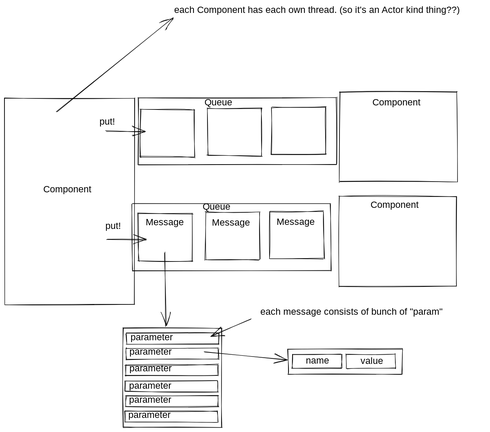
Above: docs/architecture.svg in yuniruyuni/MrDamianOld (Excalidraw), before the change. Source tidied: one line per element, renumbered; positions are measured from the earlier drawing's top-left corner, leaving out a move shared by most shapes. Its diagram source:
```json
{"id": 0, "type": "rectangle", "strokeColor": "#000000", "strokeWidth": 1, "roughness": 1, "x": 280, "y": 436, "width": 434, "height": 146}
{"id": 1, "type": "rectangle", "strokeColor": "#000000", "strokeWidth": 1, "roughness": 1, "x": 292, "y": 204, "width": 434, "height": 146}
{"id": 2, "type": "rectangle", "strokeColor": "#000000", "strokeWidth": 1, "roughness": 1, "x": 293, "y": 457, "width": 118, "height": 104}
{"id": 3, "type": "rectangle", "strokeColor": "#000000", "strokeWidth": 1, "roughness": 1, "x": 297, "y": 230, "width": 118, "height": 104}
{"id": 4, "type": "rectangle", "strokeColor": "#000000", "strokeWidth": 1, "roughness": 1, "x": 260, "y": 708, "width": 216, "height": 218}
{"id": 5, "type": "rectangle", "strokeColor": "#000000", "strokeWidth": 1, "roughness": 1, "x": 440, "y": 455, "width": 118, "height": 104}
{"id": 6, "type": "rectangle", "strokeColor": "#000000", "strokeWidth": 1, "roughness": 1, "x": 444, "y": 227, "width": 118, "height": 104}
{"id": 7, "type": "rectangle", "strokeColor": "#000000", "strokeWidth": 1, "roughness": 1, "x": 580, "y": 452, "width": 118, "height": 104}
{"id": 8, "type": "rectangle", "strokeColor": "#000000", "strokeWidth": 1, "roughness": 1, "x": 585, "y": 225, "width": 118, "height": 104}
{"id": 9, "type": "text", "text": "Queue", "strokeColor": "#000000", "strokeWidth": 1, "roughness": 1, "fontSize": 20, "fontFamily": 1, "x": 433, "y": 431, "width": 61, "height": 25}
{"id": 10, "type": "text", "text": "Queue", "strokeColor": "#000000", "strokeWidth": 1, "roughness": 1, "fontSize": 20, "fontFamily": 1, "x": 438, "y": 203, "width": 61, "height": 25}
{"id": 11, "type": "text", "text": "Message", "strokeColor": "#000000", "strokeWidth": 1, "roughness": 1, "fontSize": 20, "fontFamily": 1, "x": 309, "y": 465, "width": 84, "height": 25}
{"id": 12, "type": "text", "text": "Message", "strokeColor": "#000000", "strokeWidth": 1, "roughness": 1, "fontSize": 20, "fontFamily": 1, "x": 454, "y": 465, "width": 84, "height": 25}
{"id": 13, "type": "text", "text": "Message", "strokeColor": "#000000", "strokeWidth": 1, "roughness": 1, "fontSize": 20, "fontFamily": 1, "x": 595, "y": 464, "width": 84, "height": 25}
{"id": 14, "type": "arrow", "strokeColor": "#000000", "strokeWidth": 1, "roughness": 1, "endArrowhead": "arrow", "to": 15, "x": 351, "y": 542, "width": 2, "height": 162, "points": [[0, 0], [2, 162]]}
{"id": 15, "type": "rectangle", "strokeColor": "#000000", "strokeWidth": 1, "roughness": 1, "x": 267, "y": 719, "width": 202, "height": 24}
{"id": 16, "type": "rectangle", "strokeColor": "#000000", "strokeWidth": 1, "roughness": 1, "x": 265, "y": 752, "width": 202, "height": 24}
{"id": 17, "type": "rectangle", "strokeColor": "#000000", "strokeWidth": 1, "roughness": 1, "x": 265, "y": 788, "width": 202, "height": 24}
{"id": 18, "type": "rectangle", "strokeColor": "#000000", "strokeWidth": 1, "roughness": 1, "x": 264, "y": 823, "width": 202, "height": 24}
{"id": 19, "type": "rectangle", "strokeColor": "#000000", "strokeWidth": 1, "roughness": 1, "x": 266, "y": 855, "width": 202, "height": 24}
{"id": 20, "type": "rectangle", "strokeColor": "#000000", "strokeWidth": 1, "roughness": 1, "x": 264, "y": 889, "width": 202, "height": 24}
{"id": 21, "type": "text", "text": "each message consists of bunch of \"param\"", "strokeColor": "#000000", "strokeWidth": 1, "roughness": 1, "fontSize": 20, "fontFamily": 1, "x": 560, "y": 660, "width": 428, "height": 25}
{"id": 22, "type": "arrow", "strokeColor": "#000000", "strokeWidth": 1, "roughness": 1, "endArrowhead": "arrow", "x": 540, "y": 689, "width": 86, "height": 35, "points": [[0, 0], [-86, 35]]}
{"id": 23, "type": "arrow", "strokeColor": "#000000", "strokeWidth": 1, "roughness": 1, "endArrowhead": "arrow", "to": 24, "x": 437, "y": 760, "width": 180, "height": 17, "points": [[0, 0], [180, 17]]}
{"id": 24, "type": "rectangle", "strokeColor": "#000000", "strokeWidth": 1, "roughness": 1, "x": 630, "y": 765, "width": 108, "height": 30}
{"id": 25, "type": "rectangle", "strokeColor": "#000000", "strokeWidth": 1, "roughness": 1, "x": 748, "y": 765, "width": 108, "height": 30}
{"id": 26, "type": "rectangle", "strokeColor": "#000000", "strokeWidth": 1, "roughness": 1, "x": 621, "y": 753, "width": 250, "height": 55}
{"id": 27, "type": "text", "text": "name", "strokeColor": "#000000", "strokeWidth": 1, "roughness": 1, "fontSize": 20, "fontFamily": 1, "x": 660, "y": 767, "width": 48, "height": 25}
{"id": 28, "type": "text", "text": "value", "strokeColor": "#000000", "strokeWidth": 1, "roughness": 1, "fontSize": 20, "fontFamily": 1, "x": 779, "y": 769, "width": 53, "height": 25}
{"id": 29, "type": "text", "text": "parameter", "strokeColor": "#000000", "strokeWidth": 1, "roughness": 1, "fontSize": 20, "fontFamily": 1, "x": 275, "y": 716, "width": 102, "height": 25}
{"id": 30, "type": "text", "text": "parameter", "strokeColor": "#000000", "strokeWidth": 1, "roughness": 1, "fontSize": 20, "fontFamily": 1, "x": 273, "y": 748, "width": 102, "height": 25}
{"id": 31, "type": "text", "text": "parameter", "strokeColor": "#000000", "strokeWidth": 1, "roughness": 1, "fontSize": 20, "fontFamily": 1, "x": 273, "y": 785, "width": 102, "height": 25}
{"id": 32, "type": "text", "text": "parameter", "strokeColor": "#000000", "strokeWidth": 1, "roughness": 1, "fontSize": 20, "fontFamily": 1, "x": 273, "y": 822, "width": 102, "height": 25}
{"id": 33, "type": "text", "text": "parameter", "strokeColor": "#000000", "strokeWidth": 1, "roughness": 1, "fontSize": 20, "fontFamily": 1, "x": 273, "y": 853, "width": 102, "height": 25}
{"id": 34, "type": "text", "text": "parameter", "strokeColor": "#000000", "strokeWidth": 1, "roughness": 1, "fontSize": 20, "fontFamily": 1, "x": 271, "y": 886, "width": 102, "height": 25}
{"id": 35, "type": "rectangle", "strokeColor": "#000000", "strokeWidth": 1, "roughness": 1, "x": 0, "y": 205, "width": 284, "height": 452}
{"id": 36, "type": "rectangle", "strokeColor": "#000000", "strokeWidth": 1, "roughness": 1, "x": 732, "y": 419, "width": 257, "height": 197}
{"id": 37, "type": "rectangle", "strokeColor": "#000000", "strokeWidth": 1, "roughness": 1, "x": 733, "y": 191, "width": 257, "height": 197}
{"id": 38, "type": "arrow", "strokeColor": "#000000", "strokeWidth": 1, "roughness": 1, "endArrowhead": "arrow", "from": 40, "to": 35, "x": 223, "y": 514, "width": 86, "height": 2, "points": [[0, 0], [86, 2]]}
{"id": 39, "type": "arrow", "strokeColor": "#000000", "strokeWidth": 1, "roughness": 1, "endArrowhead": "arrow", "from": 41, "to": 35, "x": 221, "y": 277, "width": 86, "height": 2, "points": [[0, 0], [86, 2]]}
{"id": 40, "type": "text", "text": "put!", "strokeColor": "#000000", "strokeWidth": 1, "roughness": 1, "fontSize": 20, "fontFamily": 1, "x": 221, "y": 473, "width": 40, "height": 25}
{"id": 41, "type": "text", "text": "put!", "strokeColor": "#000000", "strokeWidth": 1, "roughness": 1, "fontSize": 20, "fontFamily": 1, "x": 207, "y": 245, "width": 40, "height": 25}
{"id": 42, "type": "text", "text": "Component", "strokeColor": "#000000", "strokeWidth": 1, "roughness": 1, "fontSize": 20, "fontFamily": 1, "x": 85, "y": 393, "width": 100, "height": 25}
{"id": 43, "type": "text", "text": "Component", "strokeColor": "#000000", "strokeWidth": 1, "roughness": 1, "fontSize": 20, "fontFamily": 1, "x": 801, "y": 427, "width": 100, "height": 25}
{"id": 44, "type": "text", "text": "Component", "strokeColor": "#000000", "strokeWidth": 1, "roughness": 1, "fontSize": 20, "fontFamily": 1, "x": 805, "y": 202, "width": 100, "height": 25}
{"id": 45, "type": "arrow", "strokeColor": "#000000", "strokeWidth": 1, "roughness": 1, "endArrowhead": "arrow", "x": 115, "y": 234, "width": 255, "height": 205, "points": [[0, 0], [255, -205]]}
{"id": 46, "type": "text", "text": "each Component has each own thread. (so it's an Actor kind thing??)", "strokeColor": "#000000", "strokeWidth": 1, "roughness": 1, "fontSize": 20, "fontFamily": 1, "x": 371, "y": 0, "width": 681, "height": 25}
```
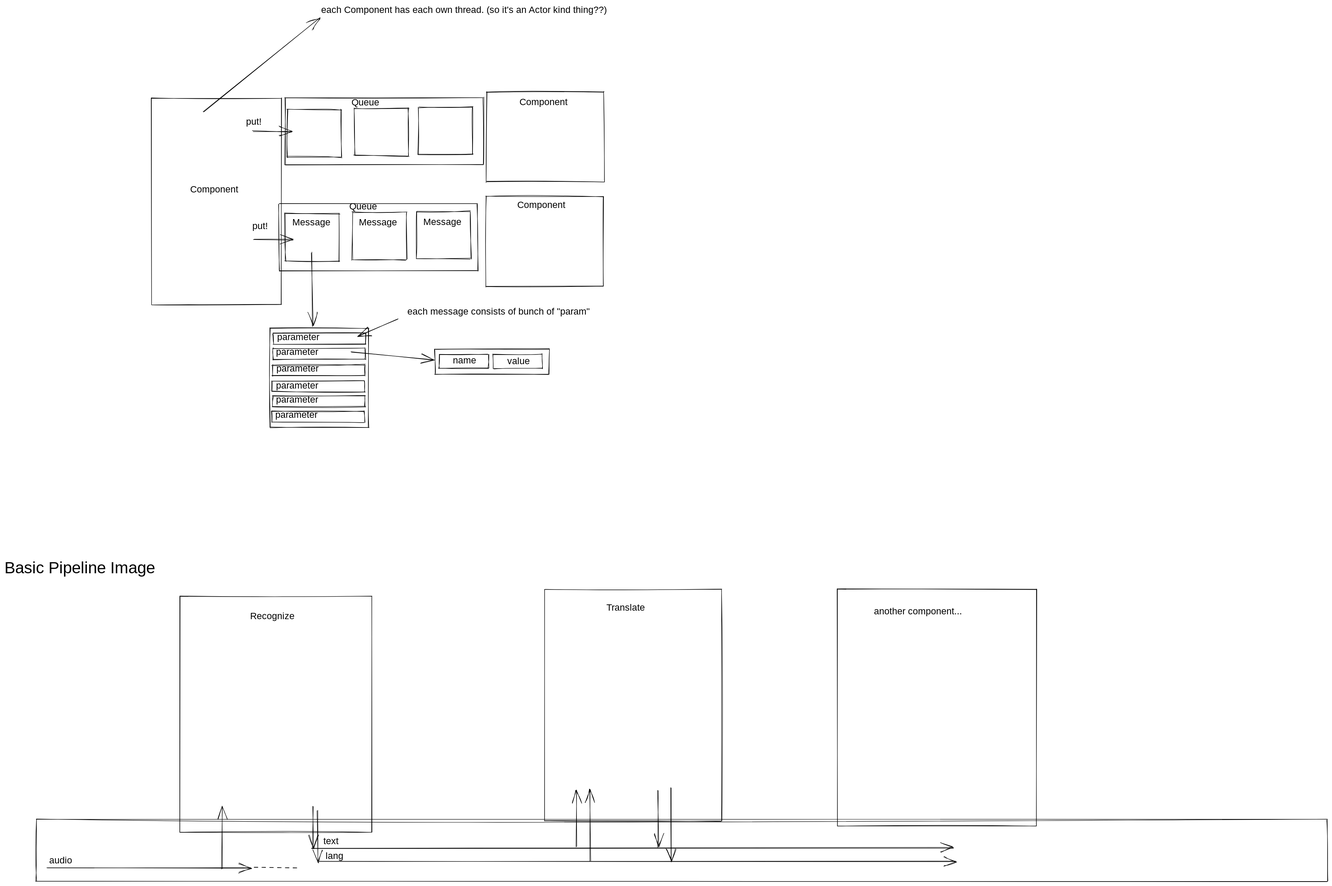
Above is the later version.

Diff of the diagram source:
```diff
@@ -45,3 +45,25 @@
 {"id": 44, "type": "text", "text": "Component", "strokeColor": "#000000", "strokeWidth": 1, "roughness": 1, "fontSize": 20, "fontFamily": 1, "x": 805, "y": 202, "width": 100, "height": 25}
 {"id": 45, "type": "arrow", "strokeColor": "#000000", "strokeWidth": 1, "roughness": 1, "endArrowhead": "arrow", "x": 115, "y": 234, "width": 255, "height": 205, "points": [[0, 0], [255, -205]]}
 {"id": 46, "type": "text", "text": "each Component has each own thread. (so it's an Actor kind thing??)", "strokeColor": "#000000", "strokeWidth": 1, "roughness": 1, "fontSize": 20, "fontFamily": 1, "x": 371, "y": 0, "width": 681, "height": 25}
+{"id": 47, "type": "rectangle", "strokeColor": "#000000", "strokeWidth": 1, "roughness": 1, "x": -252, "y": 1782, "width": 2826, "height": 136}
+{"id": 48, "type": "rectangle", "strokeColor": "#000000", "strokeWidth": 1, "roughness": 1, "x": 62, "y": 1294, "width": 420, "height": 516}
+{"id": 49, "type": "rectangle", "strokeColor": "#000000", "strokeWidth": 1, "roughness": 1, "x": 861, "y": 1280, "width": 387, "height": 506}
+{"id": 50, "type": "rectangle", "strokeColor": "#000000", "strokeWidth": 1, "roughness": 1, "x": 1501, "y": 1279, "width": 436, "height": 518}
+{"id": 51, "type": "arrow", "strokeColor": "#000000", "strokeWidth": 1, "roughness": 1, "endArrowhead": "arrow", "to": 47, "x": 154, "y": 1891, "width": 0, "height": 136, "points": [[0, 0], [0, -136]]}
+{"id": 52, "type": "arrow", "strokeColor": "#000000", "strokeWidth": 1, "roughness": 1, "endArrowhead": "arrow", "from": 47, "x": 354, "y": 1753, "width": 0, "height": 94, "points": [[0, 0], [0, 94]]}
+{"id": 53, "type": "arrow", "strokeColor": "#000000", "strokeWidth": 1, "roughness": 1, "endArrowhead": "arrow", "from": 47, "x": 363, "y": 1764, "width": 0, "height": 113, "points": [[0, 0], [0, 113]]}
+{"id": 54, "type": "text", "text": "Recognize", "strokeColor": "#000000", "strokeWidth": 1, "roughness": 1, "fontSize": 20, "fontFamily": 1, "x": 216, "y": 1327, "width": 94, "height": 25}
+{"id": 55, "type": "text", "text": "Translate", "strokeColor": "#000000", "strokeWidth": 1, "roughness": 1, "fontSize": 20, "fontFamily": 1, "x": 995, "y": 1308, "width": 101, "height": 25}
+{"id": 56, "type": "text", "text": "another component...", "strokeColor": "#000000", "strokeWidth": 1, "roughness": 1, "fontSize": 20, "fontFamily": 1, "x": 1581, "y": 1316, "width": 199, "height": 25}
+{"id": 57, "type": "arrow", "strokeColor": "#000000", "strokeWidth": 1, "roughness": 1, "endArrowhead": "arrow", "x": 350, "y": 1846, "width": 1405, "height": 0, "points": [[0, 0], [1405, 0]]}
+{"id": 58, "type": "arrow", "strokeColor": "#000000", "strokeWidth": 1, "roughness": 1, "endArrowhead": "arrow", "from": 60, "x": 367, "y": 1874, "width": 1393, "height": 0, "points": [[0, 0], [1393, 0]]}
+{"id": 59, "type": "text", "text": "text", "strokeColor": "#000000", "strokeWidth": 1, "roughness": 1, "fontSize": 20, "fontFamily": 1, "x": 377, "y": 1819, "width": 47, "height": 25}
+{"id": 60, "type": "text", "text": "lang", "strokeColor": "#000000", "strokeWidth": 1, "roughness": 1, "fontSize": 20, "fontFamily": 1, "x": 381, "y": 1851, "width": 40, "height": 25}
+{"id": 61, "type": "text", "text": "audio", "strokeColor": "#000000", "strokeWidth": 1, "roughness": 1, "fontSize": 20, "fontFamily": 1, "x": -223, "y": 1861, "width": 54, "height": 25}
+{"id": 62, "type": "arrow", "strokeColor": "#000000", "strokeWidth": 1, "roughness": 1, "endArrowhead": "arrow", "from": 61, "x": -228, "y": 1889, "width": 446, "height": 0, "points": [[0, 0], [446, 0]]}
+{"id": 63, "type": "line", "strokeColor": "#000000", "strokeWidth": 1, "strokeStyle": "dashed", "roughness": 1, "x": 224, "y": 1888, "width": 101, "height": 0, "points": [[0, 0], [101, 0]]}
+{"id": 64, "type": "arrow", "strokeColor": "#000000", "strokeWidth": 1, "roughness": 1, "endArrowhead": "arrow", "x": 930, "y": 1842, "width": 0, "height": 123, "points": [[0, 0], [0, -123]]}
+{"id": 65, "type": "arrow", "strokeColor": "#000000", "strokeWidth": 1, "roughness": 1, "endArrowhead": "arrow", "x": 960, "y": 1875, "width": 0, "height": 157, "points": [[0, 0], [0, -157]]}
+{"id": 66, "type": "arrow", "strokeColor": "#000000", "strokeWidth": 1, "roughness": 1, "endArrowhead": "arrow", "x": 1109, "y": 1719, "width": 0, "height": 126, "points": [[0, 0], [0, 126]]}
+{"id": 67, "type": "arrow", "strokeColor": "#000000", "strokeWidth": 1, "roughness": 1, "endArrowhead": "arrow", "x": 1137, "y": 1713, "width": 0, "height": 162, "points": [[0, 0], [0, 162]]}
+{"id": 68, "type": "text", "text": "Basic Pipeline Image", "strokeColor": "#000000", "strokeWidth": 1, "roughness": 1, "fontSize": 36, "fontFamily": 1, "x": -321, "y": 1212, "width": 361, "height": 46}
```
